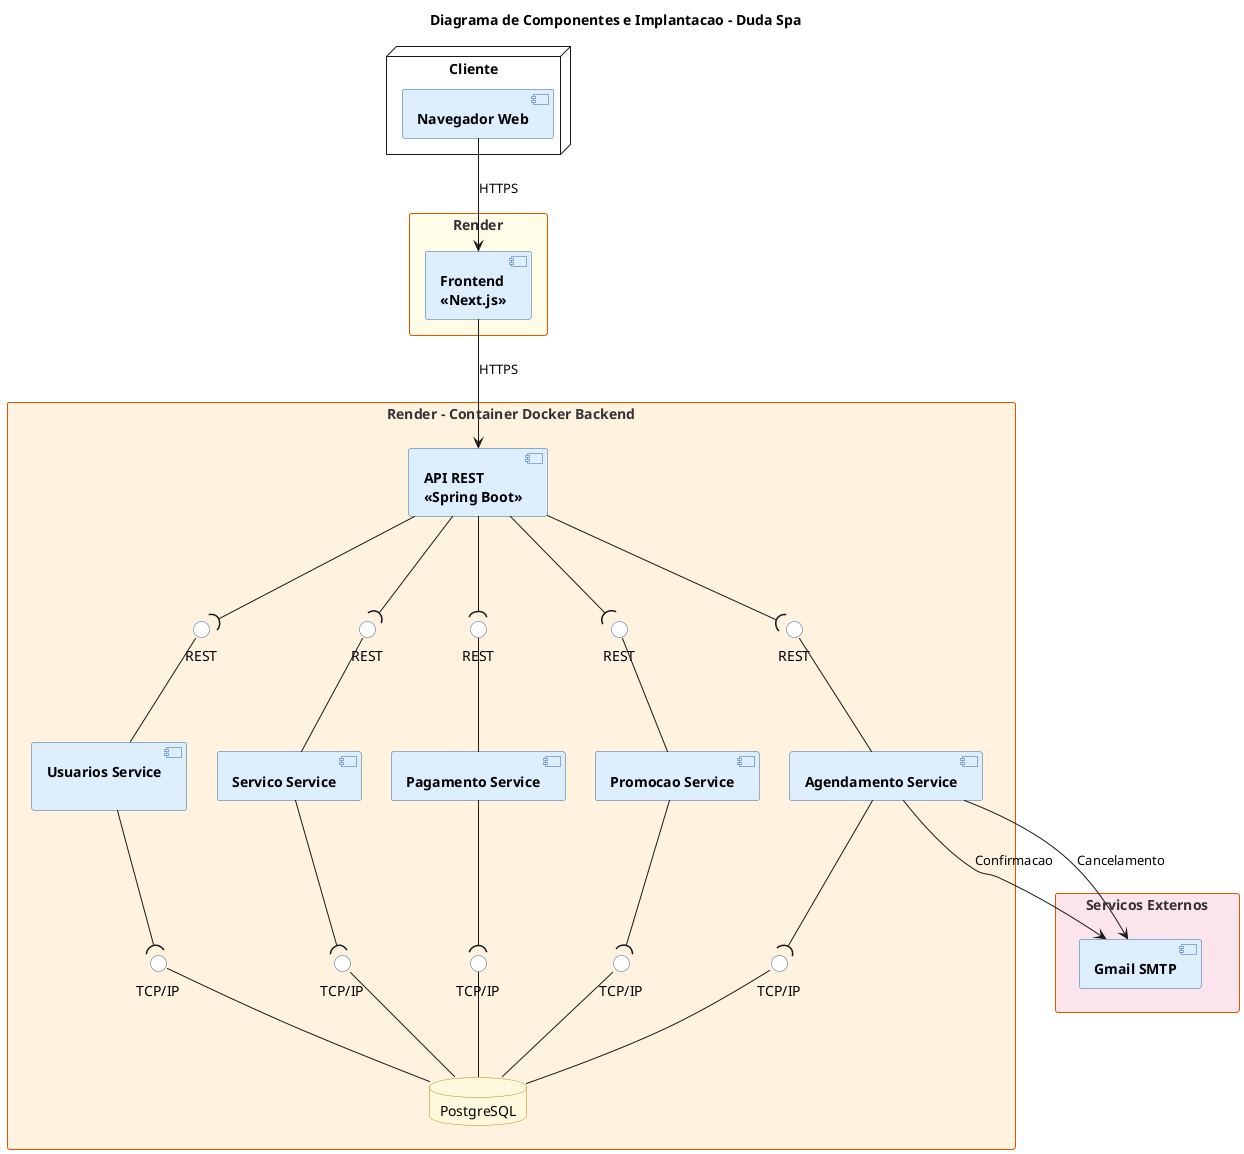
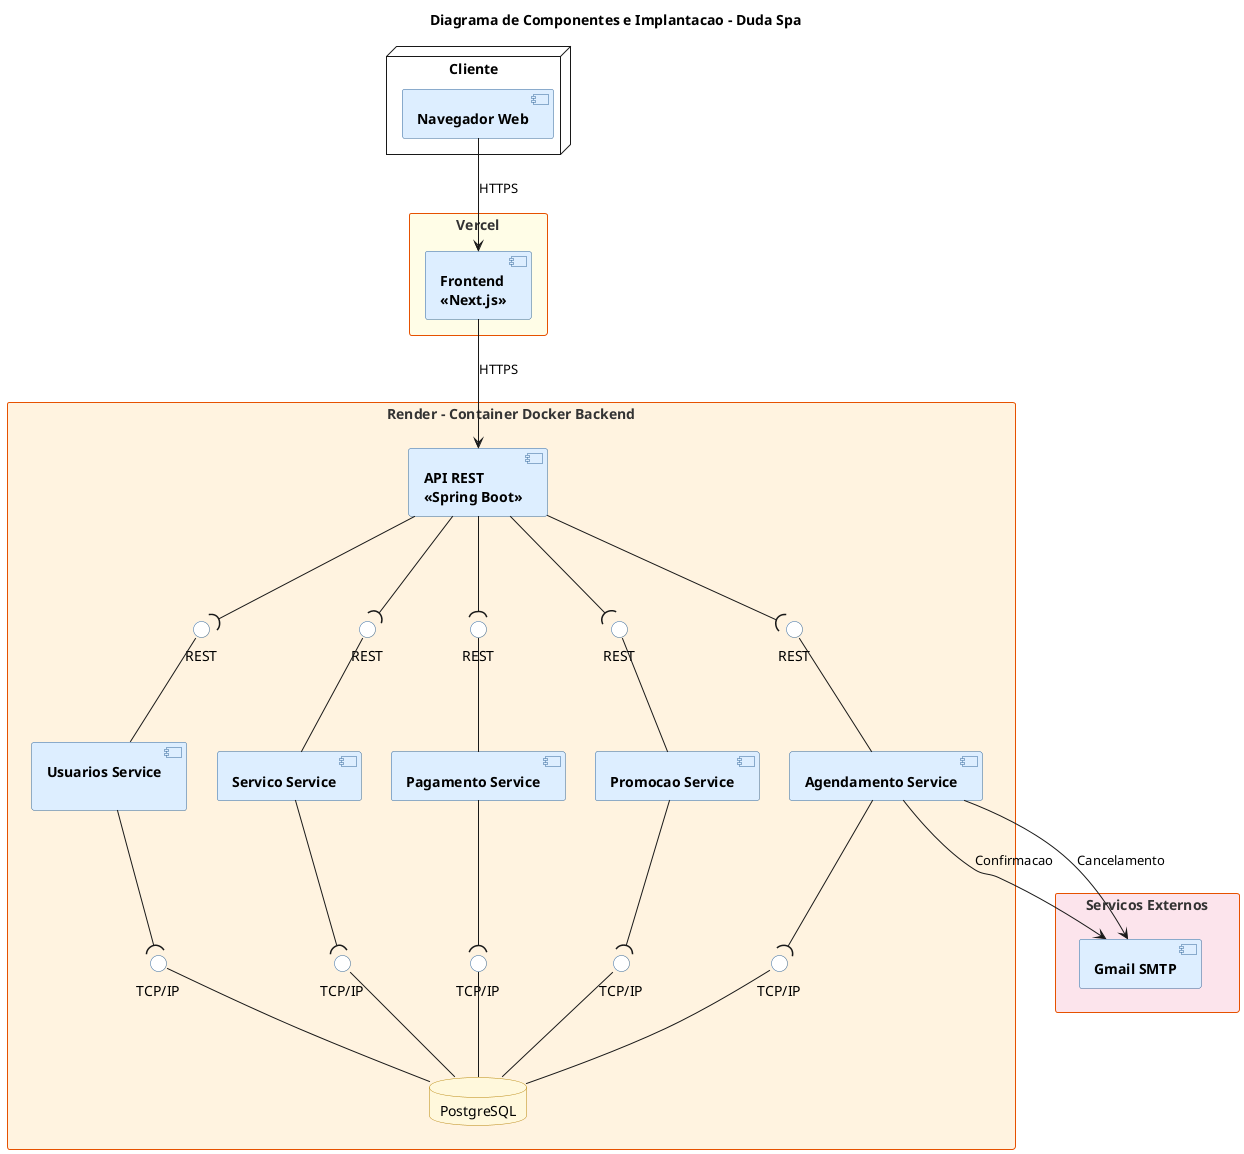
@startuml componentes

title Diagrama de Componentes e Implantacao - Duda Spa

skinparam nodesep 30
skinparam ranksep 80

skinparam component {
  BackgroundColor #DDEEFF
  BorderColor #336699
  FontStyle bold
}

skinparam database {
  BackgroundColor #FFF8DC
  BorderColor #B8860B
}

skinparam rectangle {
  BorderColor #E65100
  FontColor #333
}

skinparam interface {
  BackgroundColor #FFFFFF
  BorderColor #336699
}

node "Cliente" {

    [Navegador Web] as WEB

}

- rectangle "Render" as RENDER #FFFDE7 {
+ rectangle "Vercel" as VERCEL #FFFDE7 {

    [Frontend\n<<Next.js>>] as FRONT

}

WEB --> FRONT : HTTPS

rectangle "Render - Container Docker Backend" as DOCKER #FFF3E0 {

    [API REST\n<<Spring Boot>>] as API


    interface "REST" as iUSER
    interface "REST" as iAG
    interface "REST" as iSERV
    interface "REST" as iPAG
    interface "REST" as iPROM


    API --( iUSER
    API --( iAG
    API --( iSERV
    API --( iPAG
    API --( iPROM


    [Usuarios Service\n] as USERS

    [Agendamento Service] as AG

    [Servico Service] as SERV

    [Pagamento Service] as PAG

    [Promocao Service] as PROM


    USERS -up- iUSER
    AG -up- iAG
    SERV -up- iSERV
    PAG -up- iPAG
    PROM -up- iPROM


    interface "TCP/IP" as iDB2
    interface "TCP/IP" as iDB3
    interface "TCP/IP" as iDB4
    interface "TCP/IP" as iDB5
    interface "TCP/IP" as iDB7

    database "PostgreSQL" as DB


    USERS --( iDB2
    AG --( iDB3
    SERV --( iDB4
    PAG --( iDB5
    PROM --( iDB7


    iDB2 -down- DB
    iDB3 -down- DB
    iDB4 -down- DB
    iDB5 -down- DB
    iDB7 -down- DB

}

FRONT --> API : HTTPS

rectangle "Servicos Externos" as EXT #FCE4EC {

    [Gmail SMTP] as GMAIL

}


AG --> GMAIL : Confirmacao
AG --> GMAIL : Cancelamento

USERS -[hidden]right- AG
AG -[hidden]right- SERV
SERV -[hidden]right- PAG


DOCKER -[hidden]down- EXT

@enduml